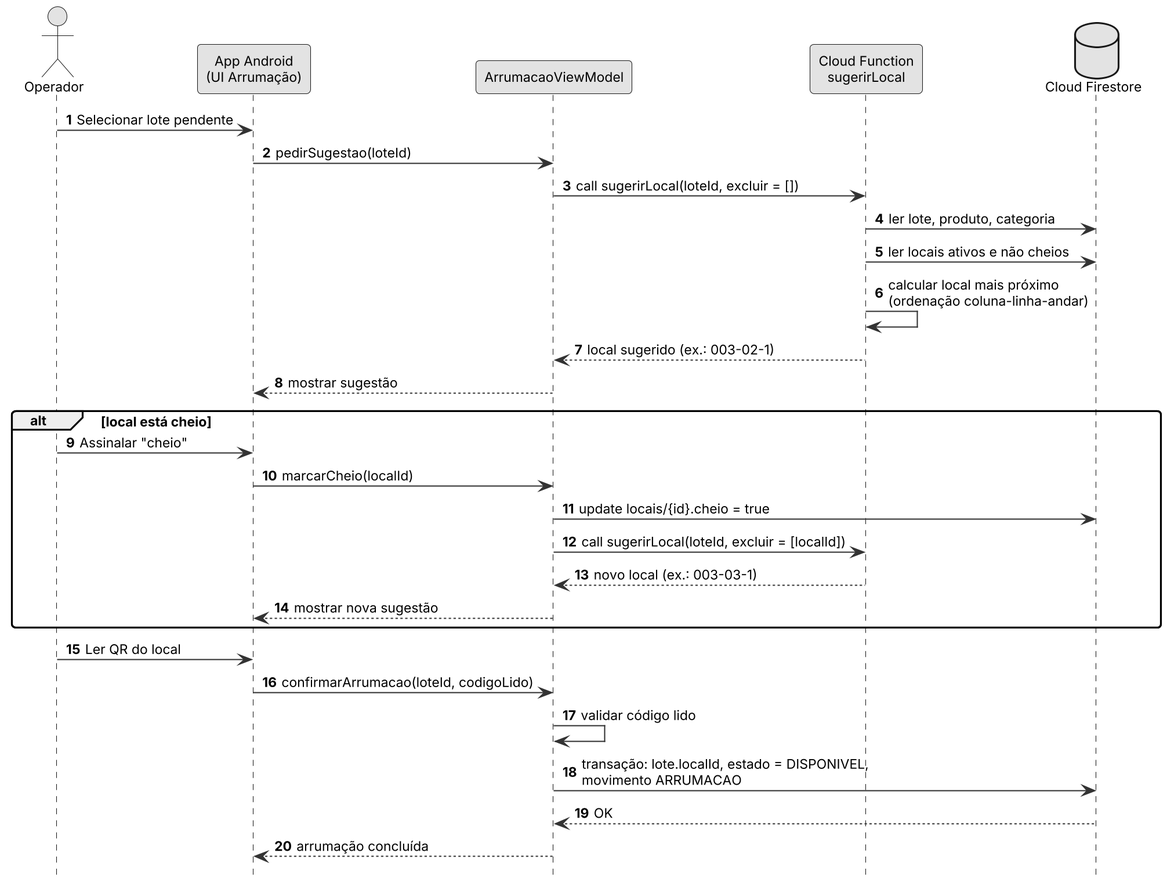
This is Docs/diagramas/sq_arrumacao.png from Miguel31028/GASC, a PlantUML export, as it was before one commit.
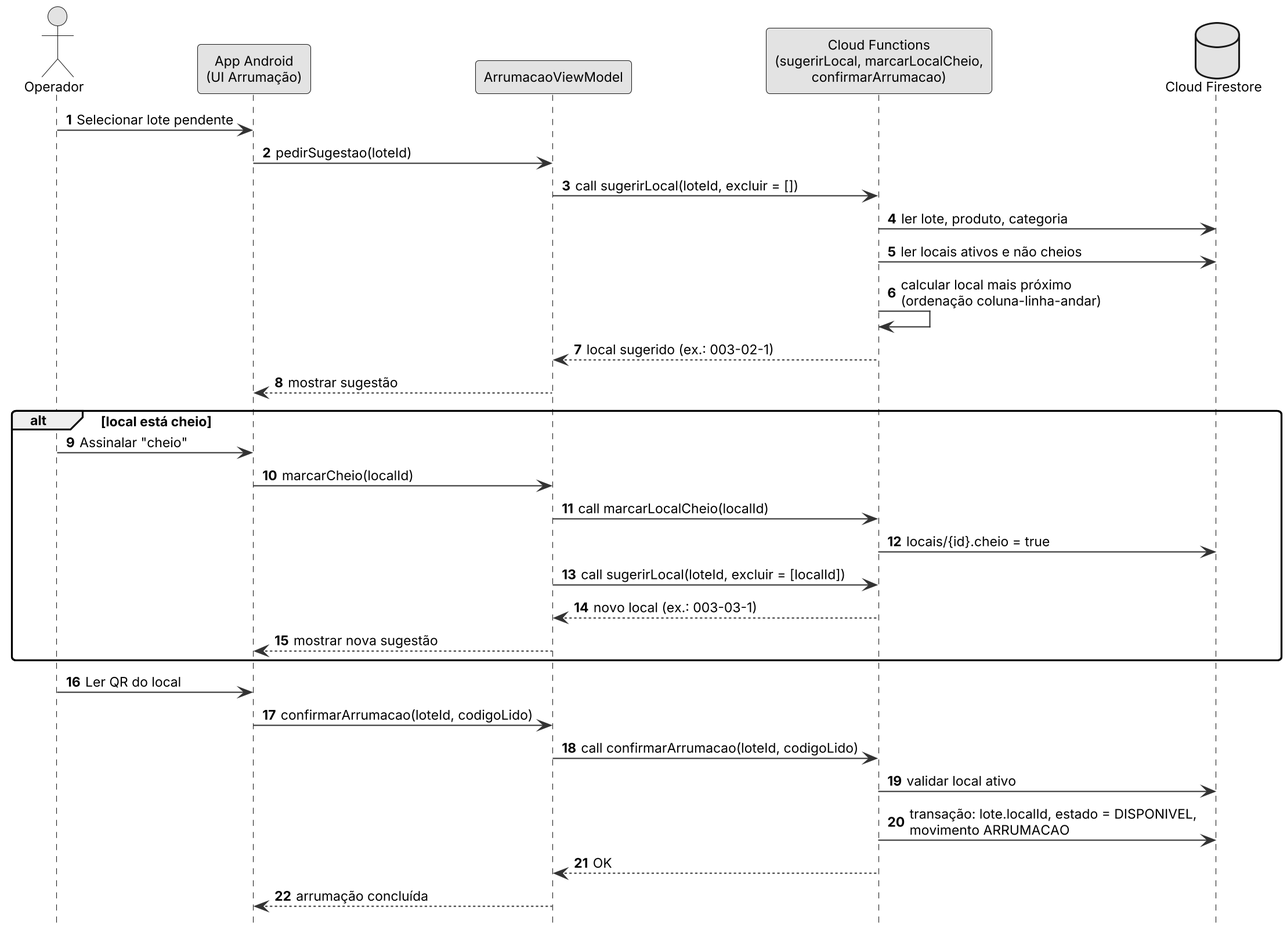
After the commit.

Change to the diagram source:
```diff
@@ -4,7 +4,7 @@
 actor "Operador" as OP
 participant "App Android\n(UI Arrumação)" as UI
 participant "ArrumacaoViewModel" as VM
-participant "Cloud Function\nsugerirLocal" as CF
+participant "Cloud Functions\n(sugerirLocal, marcarLocalCheio,\nconfirmarArrumacao)" as CF
 database "Cloud Firestore" as FS
 
 OP -> UI : Selecionar lote pendente
@@ -18,15 +18,17 @@
 alt local está cheio
   OP -> UI : Assinalar "cheio"
   UI -> VM : marcarCheio(localId)
-  VM -> FS : update locais/{id}.cheio = true
+  VM -> CF : call marcarLocalCheio(localId)
+  CF -> FS : locais/{id}.cheio = true
   VM -> CF : call sugerirLocal(loteId, excluir = [localId])
   CF --> VM : novo local (ex.: 003-03-1)
   VM --> UI : mostrar nova sugestão
 end
 OP -> UI : Ler QR do local
 UI -> VM : confirmarArrumacao(loteId, codigoLido)
-VM -> VM : validar código lido
-VM -> FS : transação: lote.localId, estado = DISPONIVEL,\nmovimento ARRUMACAO
-FS --> VM : OK
+VM -> CF : call confirmarArrumacao(loteId, codigoLido)
+CF -> FS : validar local ativo
+CF -> FS : transação: lote.localId, estado = DISPONIVEL,\nmovimento ARRUMACAO
+CF --> VM : OK
 VM --> UI : arrumação concluída
 @enduml
```
